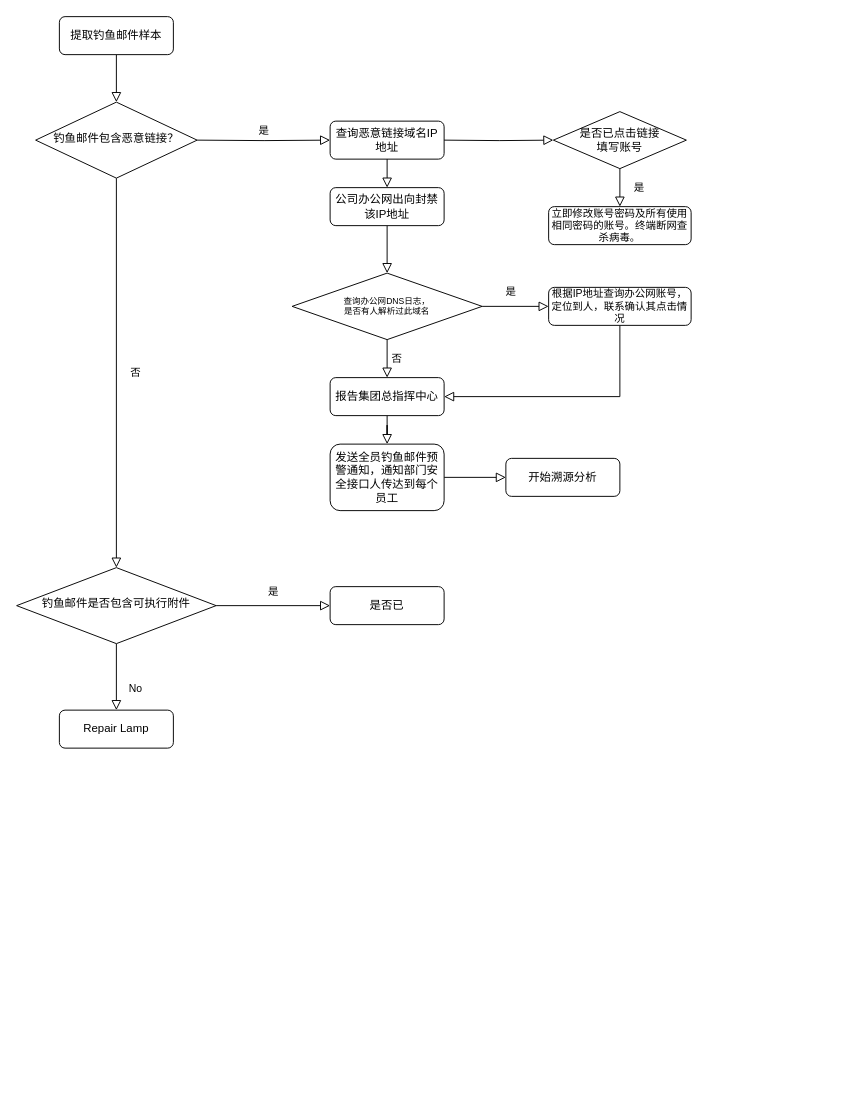
Earlier version of the draw.io diagram phmail.drawio (razor/1102_decoration). Source tidied: cells renumbered, new cells numbered last; positions are measured from the earlier drawing's top-left corner, leaving out a move shared by most shapes. Both pictures are drawn from the tidied source at 95%, with x=0, y=0 at pixel (16, 16).
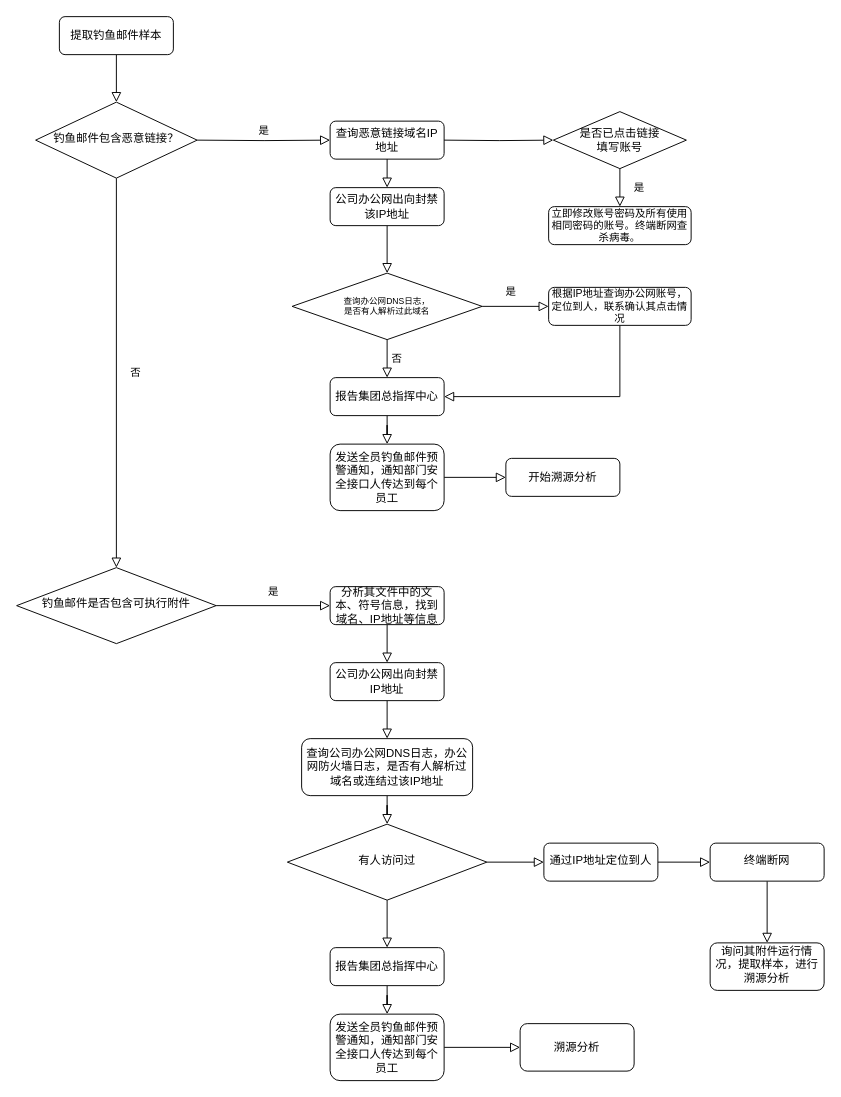
The same diagram, later.

Unchanged cells that the change refers to:
```xml
<mxCell id="9" value="钓鱼邮件是否包含可执行附件" style="rhombus;whiteSpace=wrap;html=1;shadow=0;fontFamily=Helvetica;fontSize=12;align=center;strokeWidth=1;spacing=6;spacingTop=-4;" parent="1" vertex="1">
  <mxGeometry y="580" width="210" height="80" as="geometry" />
</mxCell>
```

Diff of the diagram source:
```diff
@@
-    <mxCell id="7" value="No" style="rounded=0;html=1;jettySize=auto;fontSize=11;endArrow=block;endFill=0;endSize=8;strokeWidth=1;shadow=0;labelBackgroundColor=none;edgeStyle=orthogonalEdgeStyle;" parent="1" edge="1" source="9" target="10">
-      <mxGeometry x="0.33" y="20" relative="1" as="geometry" />
-    </mxCell>
@@
-    <mxCell id="10" value="Repair Lamp" style="rounded=1;whiteSpace=wrap;html=1;fontSize=12;glass=0;strokeWidth=1;shadow=0;" parent="1" vertex="1">
-      <mxGeometry x="45" y="730" width="120" height="40" as="geometry" />
-    </mxCell>
@@
+    <mxCell id="34" style="edgeStyle=orthogonalEdgeStyle;rounded=0;jettySize=auto;html=1;fontSize=11;endArrow=block;endFill=0;endSize=8;" parent="1" edge="1" source="32" target="36">
+      <mxGeometry relative="1" as="geometry" />
+    </mxCell>
-    <mxCell id="32" value="是否已" style="rounded=1;whiteSpace=wrap;html=1;fontSize=12;glass=0;strokeWidth=1;shadow=0;" parent="1" vertex="1">
+    <mxCell id="32" value="分析其文件中的文本、符号信息，找到域名、IP地址等信息" style="rounded=1;whiteSpace=wrap;html=1;fontSize=12;glass=0;strokeWidth=1;shadow=0;" parent="1" vertex="1">
       <mxGeometry x="330" y="600" width="120" height="40" as="geometry" />
     </mxCell>
@@
+    <mxCell id="35" style="edgeStyle=orthogonalEdgeStyle;rounded=0;jettySize=auto;html=1;fontSize=11;endArrow=block;endFill=0;endSize=8;" parent="1" edge="1" source="36" target="38">
+      <mxGeometry relative="1" as="geometry" />
+    </mxCell>
+    <mxCell id="36" value="公司办公网出向封禁IP地址" style="rounded=1;whiteSpace=wrap;html=1;fontSize=12;glass=0;strokeWidth=1;shadow=0;" parent="1" vertex="1">
+      <mxGeometry x="330" y="680" width="120" height="40" as="geometry" />
+    </mxCell>
+    <mxCell id="37" style="edgeStyle=orthogonalEdgeStyle;rounded=0;jettySize=auto;html=1;entryX=0.5;entryY=0;entryDx=0;entryDy=0;fontSize=11;endArrow=block;endFill=0;endSize=8;" parent="1" edge="1" source="38" target="41">
+      <mxGeometry relative="1" as="geometry" />
+    </mxCell>
+    <mxCell id="38" value="查询公司办公网DNS日志，办公网防火墙日志，是否有人解析过域名或连结过该IP地址" style="rounded=1;whiteSpace=wrap;html=1;fontSize=12;glass=0;strokeWidth=1;shadow=0;" parent="1" vertex="1">
+      <mxGeometry x="300" y="760" width="180" height="60" as="geometry" />
+    </mxCell>
+    <mxCell id="39" style="edgeStyle=orthogonalEdgeStyle;rounded=0;jettySize=auto;html=1;fontSize=11;endArrow=block;endFill=0;endSize=8;" parent="1" edge="1" source="41" target="43">
+      <mxGeometry relative="1" as="geometry" />
+    </mxCell>
+    <mxCell id="40" style="edgeStyle=orthogonalEdgeStyle;rounded=0;jettySize=auto;html=1;entryX=0.5;entryY=0;entryDx=0;entryDy=0;fontSize=11;endArrow=block;endFill=0;endSize=8;" parent="1" edge="1" source="41" target="48">
+      <mxGeometry relative="1" as="geometry" />
+    </mxCell>
+    <mxCell id="41" value="有人访问过" style="rhombus;whiteSpace=wrap;html=1;shadow=0;fontFamily=Helvetica;fontSize=12;align=center;strokeWidth=1;spacing=6;spacingTop=-4;" parent="1" vertex="1">
+      <mxGeometry x="285" y="850" width="210" height="80" as="geometry" />
+    </mxCell>
+    <mxCell id="42" style="edgeStyle=orthogonalEdgeStyle;rounded=0;jettySize=auto;html=1;fontSize=11;endArrow=block;endFill=0;endSize=8;" parent="1" edge="1" source="43" target="45">
+      <mxGeometry relative="1" as="geometry" />
+    </mxCell>
+    <mxCell id="43" value="通过IP地址定位到人" style="rounded=1;whiteSpace=wrap;html=1;shadow=0;strokeWidth=1;spacing=6;spacingTop=-4;" parent="1" vertex="1">
+      <mxGeometry x="555" y="870" width="120" height="40" as="geometry" />
+    </mxCell>
+    <mxCell id="44" style="edgeStyle=orthogonalEdgeStyle;rounded=0;jettySize=auto;html=1;fontSize=11;endArrow=block;endFill=0;endSize=8;" parent="1" edge="1" source="45" target="46">
+      <mxGeometry relative="1" as="geometry" />
+    </mxCell>
+    <mxCell id="45" value="终端断网" style="whiteSpace=wrap;html=1;rounded=1;shadow=0;strokeWidth=1;spacing=6;spacingTop=-4;" parent="1" vertex="1">
+      <mxGeometry x="730" y="870" width="120" height="40" as="geometry" />
+    </mxCell>
+    <mxCell id="46" value="询问其附件运行情况，提取样本，进行溯源分析" style="whiteSpace=wrap;html=1;rounded=1;shadow=0;strokeWidth=1;spacing=6;spacingTop=-4;" parent="1" vertex="1">
+      <mxGeometry x="730" y="975" width="120" height="50" as="geometry" />
+    </mxCell>
+    <mxCell id="47" style="edgeStyle=orthogonalEdgeStyle;rounded=0;jettySize=auto;html=1;entryX=0.5;entryY=0;entryDx=0;entryDy=0;fontSize=11;endArrow=block;endFill=0;endSize=8;" parent="1" edge="1" source="48" target="50">
+      <mxGeometry relative="1" as="geometry" />
+    </mxCell>
+    <mxCell id="48" value="报告集团总指挥中心" style="rounded=1;whiteSpace=wrap;html=1;fontSize=12;glass=0;strokeWidth=1;shadow=0;" parent="1" vertex="1">
+      <mxGeometry x="330" y="980" width="120" height="40" as="geometry" />
+    </mxCell>
+    <mxCell id="49" style="edgeStyle=orthogonalEdgeStyle;rounded=0;jettySize=auto;html=1;fontSize=11;endArrow=block;endFill=0;endSize=8;" parent="1" edge="1" source="50" target="51">
+      <mxGeometry relative="1" as="geometry" />
+    </mxCell>
+    <mxCell id="50" value="发送全员钓鱼邮件预警通知，通知部门安全接口人传达到每个员工" style="rounded=1;whiteSpace=wrap;html=1;fontSize=12;glass=0;strokeWidth=1;shadow=0;" parent="1" vertex="1">
+      <mxGeometry x="330" y="1050" width="120" height="70" as="geometry" />
+    </mxCell>
+    <mxCell id="51" value="溯源分析" style="rounded=1;whiteSpace=wrap;html=1;fontSize=12;glass=0;strokeWidth=1;shadow=0;" parent="1" vertex="1">
+      <mxGeometry x="530" y="1060" width="120" height="50" as="geometry" />
+    </mxCell>
```
